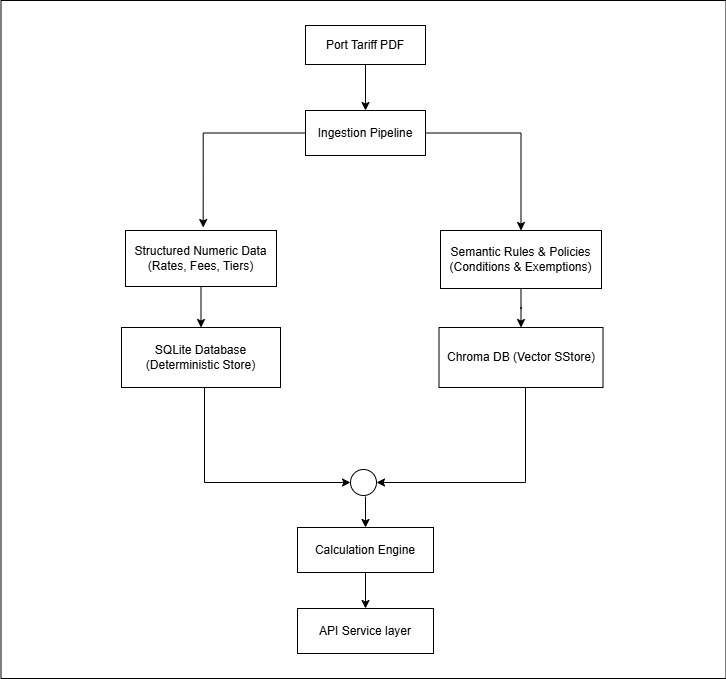
Above: docs/architecture.png in imadsid/port-tariff-system (draw.io), before the change. Source tidied: cells renumbered, new cells last; positions are measured from the earlier drawing's top-left corner, leaving out a move shared by most shapes.
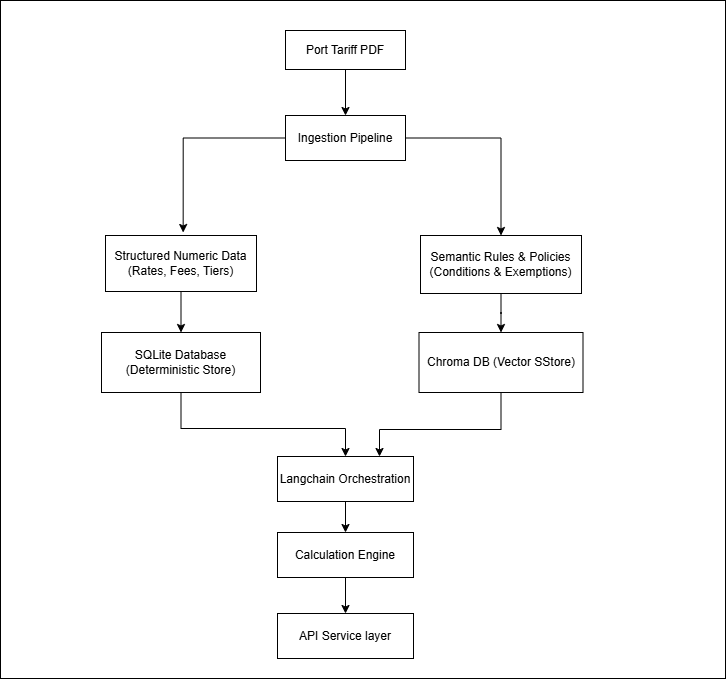
The same diagram one commit later.

Commit message:
Reverted to previous doc/architecture

What changed in the source:
```diff
@@ -31,31 +31,34 @@
     <mxCell id="10" value="Semantic Rules &amp;amp; Policies&lt;div&gt;(Conditions &amp;amp; Exemptions)&lt;/div&gt;" style="rounded=0;whiteSpace=wrap;html=1;" parent="1" vertex="1">
       <mxGeometry x="439" y="230" width="161" height="58" as="geometry" />
     </mxCell>
-    <mxCell id="11" style="edgeStyle=orthogonalEdgeStyle;rounded=0;jettySize=auto;html=1;entryX=0;entryY=0.5;entryDx=0;entryDy=0;" parent="1" edge="1" source="12" target="20">
-      <mxGeometry relative="1" as="geometry">
-        <Array as="points">
-          <mxPoint x="203" y="482" />
-        </Array>
-      </mxGeometry>
-    </mxCell>
+    <mxCell id="21" style="edgeStyle=orthogonalEdgeStyle;rounded=0;jettySize=auto;html=1;entryX=0.5;entryY=0;entryDx=0;entryDy=0;" parent="1" edge="1" source="12" target="23">
+      <mxGeometry relative="1" as="geometry">
+        <Array as="points">
+          <mxPoint x="200" y="423" />
+          <mxPoint x="364" y="423" />
+        </Array>
+      </mxGeometry>
+    </mxCell>
     <mxCell id="12" value="SQLite Database (Deterministic Store)" style="whiteSpace=wrap;html=1;rounded=0;" parent="1" vertex="1">
       <mxGeometry x="120" y="327" width="159" height="60" as="geometry" />
     </mxCell>
-    <mxCell id="13" style="edgeStyle=orthogonalEdgeStyle;rounded=0;jettySize=auto;html=1;entryX=1;entryY=0.5;entryDx=0;entryDy=0;" parent="1" edge="1" source="14" target="20">
-      <mxGeometry relative="1" as="geometry">
-        <Array as="points">
-          <mxPoint x="524" y="482" />
-        </Array>
-      </mxGeometry>
-    </mxCell>
+    <mxCell id="22" style="edgeStyle=orthogonalEdgeStyle;rounded=0;jettySize=auto;html=1;entryX=0.75;entryY=0;entryDx=0;entryDy=0;" parent="1" edge="1" source="14" target="23">
+      <mxGeometry relative="1" as="geometry">
+        <Array as="points">
+          <mxPoint x="520" y="424" />
+          <mxPoint x="398" y="424" />
+        </Array>
+      </mxGeometry>
+    </mxCell>
     <mxCell id="14" value="Chroma DB (Vector SStore)" style="whiteSpace=wrap;html=1;rounded=0;" parent="1" vertex="1">
       <mxGeometry x="437.5" y="327" width="164" height="60" as="geometry" />
     </mxCell>
-    <mxCell id="15" style="edgeStyle=orthogonalEdgeStyle;rounded=0;jettySize=auto;html=1;" parent="1" edge="1" target="17">
-      <mxGeometry relative="1" as="geometry">
-        <mxPoint x="364" y="496" as="sourcePoint" />
-      </mxGeometry>
+    <mxCell id="15" style="edgeStyle=orthogonalEdgeStyle;rounded=0;jettySize=auto;html=1;" parent="1" edge="1" source="23" target="17">
+      <mxGeometry relative="1" as="geometry" />
     </mxCell>
+    <mxCell id="23" value="Langchain Orchestration" style="rounded=0;whiteSpace=wrap;html=1;align=center;" parent="1" vertex="1">
+      <mxGeometry x="296" y="451" width="136" height="45" as="geometry" />
+    </mxCell>
     <mxCell id="16" style="edgeStyle=orthogonalEdgeStyle;rounded=0;jettySize=auto;html=1;" parent="1" edge="1" source="17" target="18">
       <mxGeometry relative="1" as="geometry" />
     </mxCell>
@@ -66,10 +69,7 @@
       <mxGeometry x="296" y="608" width="136" height="45" as="geometry" />
     </mxCell>
     <mxCell id="19" style="rounded=0;whiteSpace=wrap;html=1;fillColor=none;" parent="1" vertex="1">
-      <mxGeometry x="-0.5" width="725" height="678" as="geometry" />
+      <mxGeometry x="19" y="-5" width="725" height="678" as="geometry" />
     </mxCell>
-    <mxCell id="20" style="ellipse;whiteSpace=wrap;html=1;" parent="1" vertex="1">
-      <mxGeometry x="349" y="469" width="26" height="26" as="geometry" />
-    </mxCell>
   </root>
 </mxGraphModel>
```
